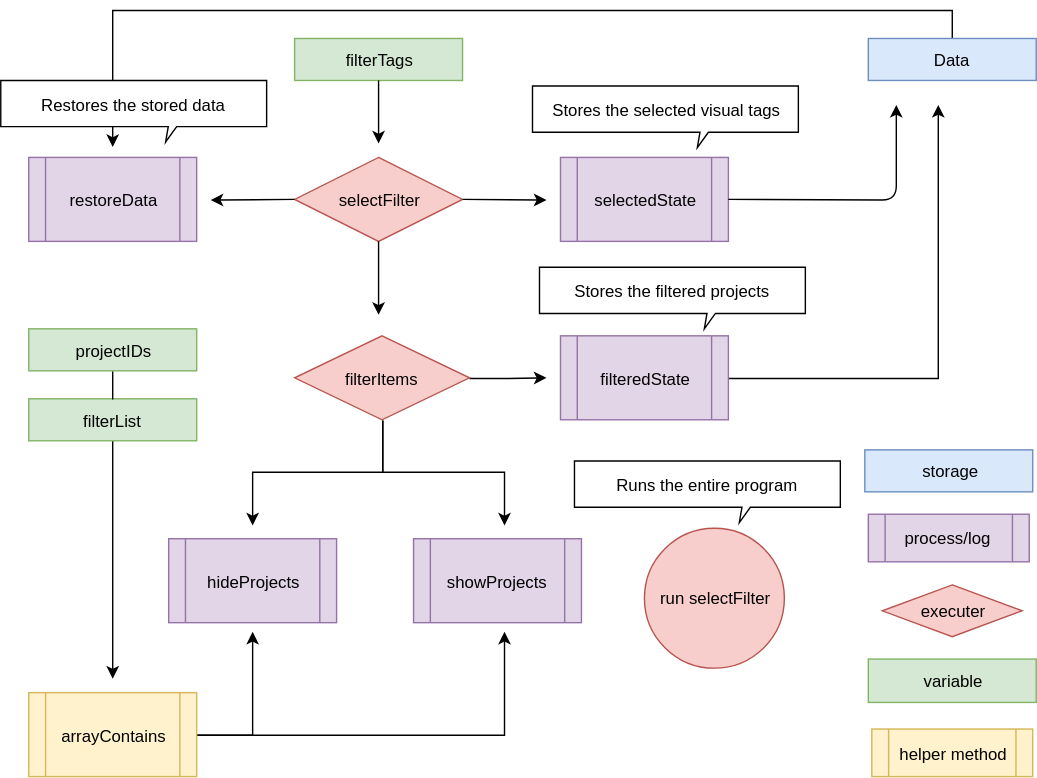
This is assets/img/filteringsystem.svg from Syhlo/portfolio, a draw.io export, as it was before one commit. Source tidied: cells renumbered, new cells last; positions are measured from the earlier drawing's top-left corner, leaving out a move shared by most shapes.
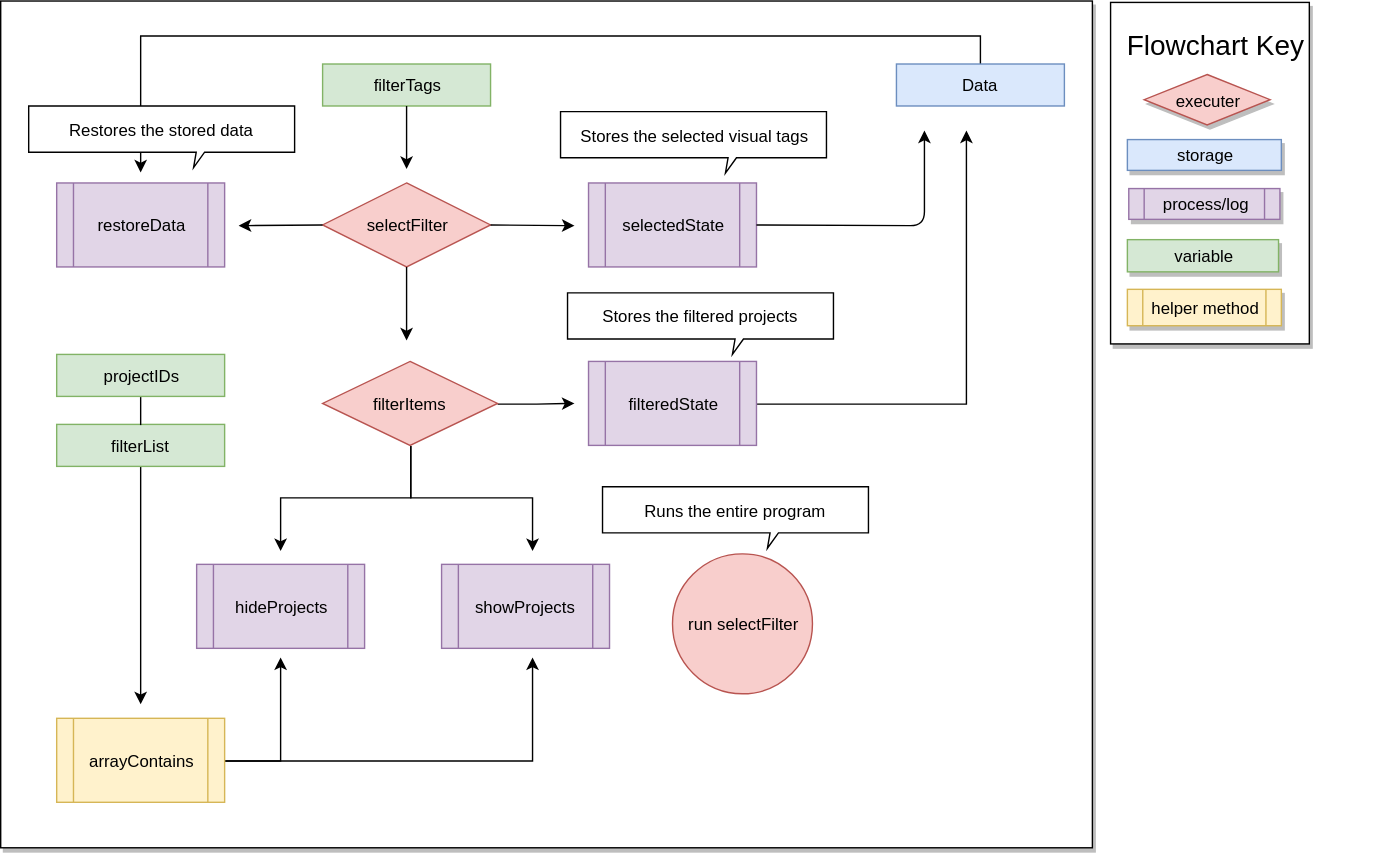
The same file after the commit.

Change to the diagram source:
```diff
@@ -2,6 +2,12 @@
   <root>
     <mxCell id="0" />
     <mxCell id="1" parent="0" />
+    <mxCell id="38" style="rounded=0;whiteSpace=wrap;html=1;shadow=1;" parent="1" vertex="1">
+      <mxGeometry x="-20" y="-45" width="780" height="605" as="geometry" />
+    </mxCell>
+    <mxCell id="39" style="rounded=0;whiteSpace=wrap;html=1;shadow=1;" parent="1" vertex="1">
+      <mxGeometry x="773" y="-44" width="142" height="244" as="geometry" />
+    </mxCell>
     <mxCell id="2" value="filterTags" style="rounded=0;whiteSpace=wrap;html=1;fillColor=#d5e8d4;strokeColor=#82b366;" parent="1" vertex="1">
       <mxGeometry x="210" width="120" height="30" as="geometry" />
     </mxCell>
@@ -121,23 +127,26 @@
     <mxCell id="31" style="endArrow=none;html=1;entryX=0.5;entryY=1;exitX=0.5;exitY=0;" parent="1" edge="1" source="15" target="16">
       <mxGeometry relative="1" as="geometry" />
     </mxCell>
-    <mxCell id="32" value="process/log" style="shape=process;whiteSpace=wrap;html=1;backgroundOutline=1;fillColor=#e1d5e7;strokeColor=#9673a6;" parent="1" vertex="1">
-      <mxGeometry x="620" y="340" width="115" height="34" as="geometry" />
+    <mxCell id="32" value="process/log" style="shape=process;whiteSpace=wrap;html=1;backgroundOutline=1;fillColor=#e1d5e7;strokeColor=#9673a6;shadow=1;" parent="1" vertex="1">
+      <mxGeometry x="786" y="89" width="108" height="22" as="geometry" />
     </mxCell>
-    <mxCell id="33" value="executer" style="rhombus;whiteSpace=wrap;html=1;fillColor=#f8cecc;strokeColor=#b85450;" parent="1" vertex="1">
-      <mxGeometry x="630" y="390.5" width="100" height="37" as="geometry" />
+    <mxCell id="33" value="executer" style="rhombus;whiteSpace=wrap;html=1;fillColor=#f8cecc;strokeColor=#b85450;shadow=1;" parent="1" vertex="1">
+      <mxGeometry x="797" y="7.5" width="90" height="36" as="geometry" />
     </mxCell>
-    <mxCell id="34" value="variable" style="rounded=0;whiteSpace=wrap;html=1;fillColor=#d5e8d4;strokeColor=#82b366;" parent="1" vertex="1">
-      <mxGeometry x="620" y="443.5" width="120" height="31" as="geometry" />
+    <mxCell id="34" value="variable" style="rounded=0;whiteSpace=wrap;html=1;fillColor=#d5e8d4;strokeColor=#82b366;shadow=1;" parent="1" vertex="1">
+      <mxGeometry x="785" y="125.5" width="108" height="23" as="geometry" />
     </mxCell>
-    <mxCell id="35" value="helper method" style="shape=process;whiteSpace=wrap;html=1;backgroundOutline=1;fillColor=#fff2cc;strokeColor=#d6b656;" parent="1" vertex="1">
-      <mxGeometry x="622.5" y="493.5" width="115" height="34" as="geometry" />
+    <mxCell id="35" value="helper method" style="shape=process;whiteSpace=wrap;html=1;backgroundOutline=1;fillColor=#fff2cc;strokeColor=#d6b656;shadow=1;" parent="1" vertex="1">
+      <mxGeometry x="785" y="161" width="110" height="26" as="geometry" />
     </mxCell>
-    <mxCell id="36" value="storage" style="rounded=0;whiteSpace=wrap;html=1;fillColor=#dae8fc;strokeColor=#6c8ebf;" parent="1" vertex="1">
-      <mxGeometry x="617.5" y="294" width="120" height="30" as="geometry" />
+    <mxCell id="36" value="storage" style="rounded=0;whiteSpace=wrap;html=1;fillColor=#dae8fc;strokeColor=#6c8ebf;shadow=1;" parent="1" vertex="1">
+      <mxGeometry x="785" y="54" width="110" height="22" as="geometry" />
     </mxCell>
     <mxCell id="37" value="Runs the entire program" style="shape=callout;whiteSpace=wrap;html=1;perimeter=calloutPerimeter;size=11;position=0.63;base=6;position2=0.62;fillColor=#ffffff;strokeColor=#000000;" parent="1" vertex="1">
       <mxGeometry x="410" y="302" width="190" height="44" as="geometry" />
     </mxCell>
+    <mxCell id="40" value="&lt;h1 style=&quot;text-align: left&quot;&gt;&lt;font style=&quot;font-size: 20px ; font-weight: normal&quot;&gt;Flowchart Key&lt;/font&gt;&lt;/h1&gt;" style="text;html=1;strokeColor=none;fillColor=none;spacing=5;spacingTop=-20;whiteSpace=wrap;overflow=hidden;rounded=0;" parent="1" vertex="1">
+      <mxGeometry x="780" y="-34" width="190" height="40" as="geometry" />
+    </mxCell>
   </root>
 </mxGraphModel>
```
